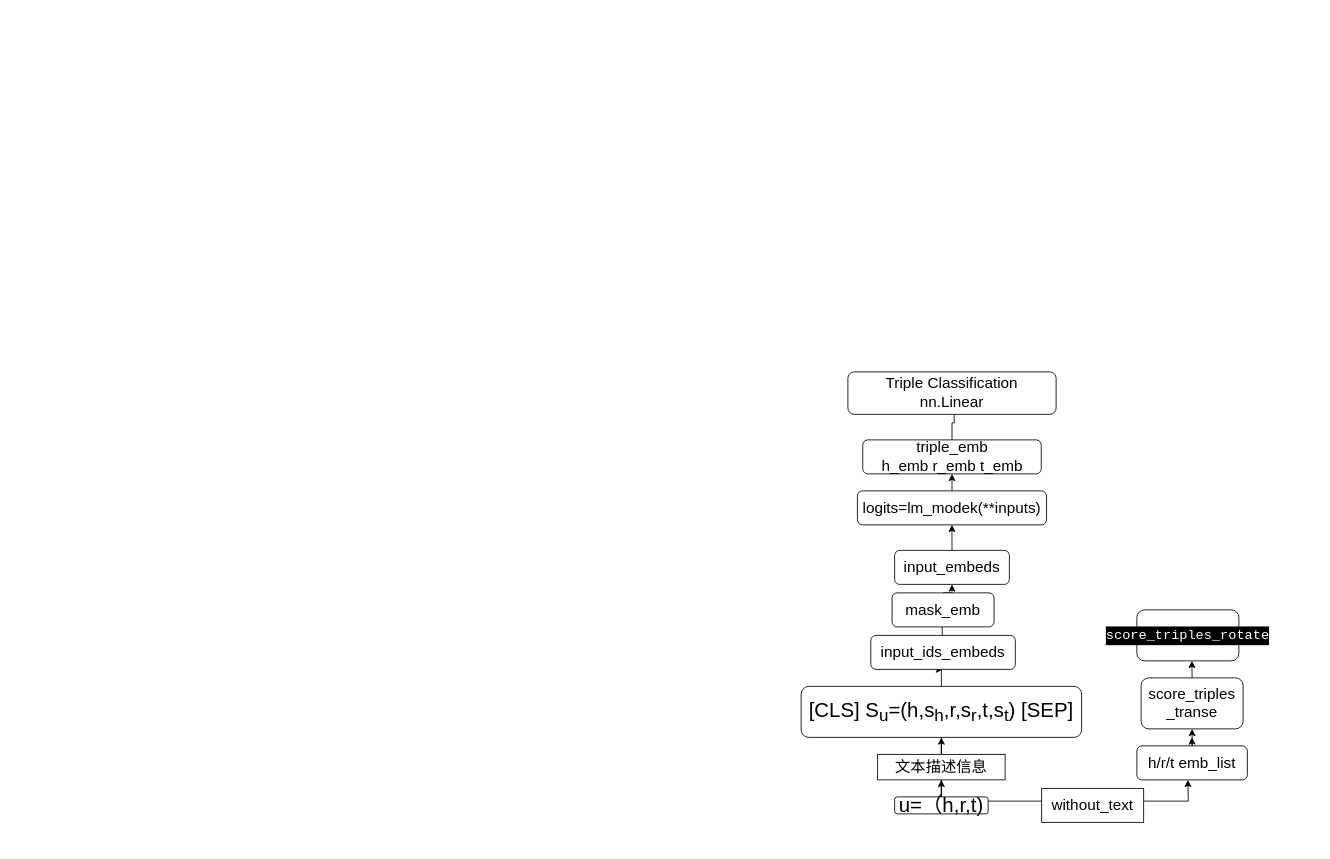
Above: LMKE.drawio in pyddyp/dealPicture (draw.io), before the change. Source tidied: cells renumbered, new cells numbered last; positions are measured from the earlier drawing's top-left corner, leaving out a move shared by most shapes. Both pictures are drawn from the tidied source at 85%, with x=0, y=0 at pixel (801, 371).
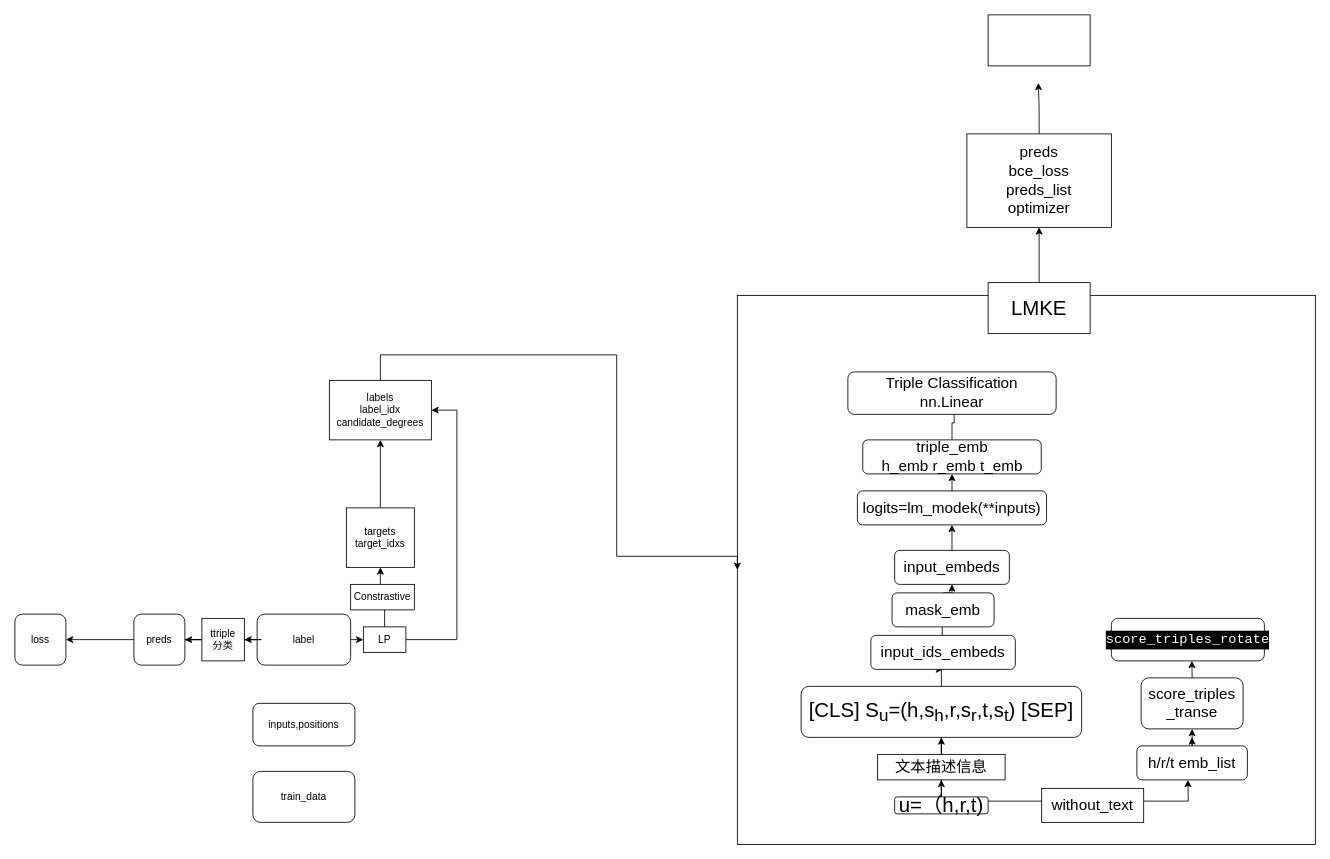
After the change.

Change to the diagram source:
```diff
@@
+    <mxCell id="27" style="rounded=0;whiteSpace=wrap;html=1;" parent="1" vertex="1">
+      <mxGeometry x="-75" y="-90" width="680" height="646" as="geometry" />
+    </mxCell>
@@
     <mxCell id="26" value="&lt;div style=&quot;color: rgb(255, 255, 255); background-color: rgb(0, 0, 0); font-family: Consolas, &amp;quot;Courier New&amp;quot;, monospace; font-size: 16px; line-height: 22px;&quot;&gt;score_triples_rotate&lt;/div&gt;" style="rounded=1;whiteSpace=wrap;html=1;" parent="1" vertex="1">
-      <mxGeometry x="395" y="280" width="120" height="60" as="geometry" />
+      <mxGeometry x="365" y="290" width="180" height="50" as="geometry" />
     </mxCell>
+    <mxCell id="28" value="train_data" style="rounded=1;whiteSpace=wrap;html=1;" parent="1" vertex="1">
+      <mxGeometry x="-645" y="470" width="120" height="60" as="geometry" />
+    </mxCell>
+    <mxCell id="29" value="inputs,positions" style="rounded=1;whiteSpace=wrap;html=1;" parent="1" vertex="1">
+      <mxGeometry x="-645" y="390" width="120" height="50" as="geometry" />
+    </mxCell>
+    <mxCell id="30" style="edgeStyle=orthogonalEdgeStyle;rounded=0;jettySize=auto;html=1;" parent="1" edge="1" source="36" target="34">
+      <mxGeometry relative="1" as="geometry" />
+    </mxCell>
+    <mxCell id="31" style="edgeStyle=orthogonalEdgeStyle;rounded=0;jettySize=auto;html=1;exitX=1;exitY=0.5;exitDx=0;exitDy=0;entryX=0;entryY=0.5;entryDx=0;entryDy=0;" parent="1" edge="1" source="32" target="38">
+      <mxGeometry relative="1" as="geometry" />
+    </mxCell>
+    <mxCell id="32" value="label" style="rounded=1;whiteSpace=wrap;html=1;" parent="1" vertex="1">
+      <mxGeometry x="-640" y="285" width="110" height="60" as="geometry" />
+    </mxCell>
+    <mxCell id="33" style="edgeStyle=orthogonalEdgeStyle;rounded=0;jettySize=auto;html=1;" parent="1" edge="1" source="34" target="39">
+      <mxGeometry relative="1" as="geometry" />
+    </mxCell>
+    <mxCell id="34" value="preds" style="rounded=1;whiteSpace=wrap;html=1;" parent="1" vertex="1">
+      <mxGeometry x="-785" y="285" width="60" height="60" as="geometry" />
+    </mxCell>
+    <mxCell id="35" style="edgeStyle=orthogonalEdgeStyle;rounded=0;jettySize=auto;html=1;" parent="1" edge="1" source="32" target="36">
+      <mxGeometry relative="1" as="geometry" />
+    </mxCell>
+    <mxCell id="36" value="ttriple &lt;br&gt;分类" style="rounded=0;whiteSpace=wrap;html=1;" parent="1" vertex="1">
+      <mxGeometry x="-705" y="290" width="50" height="50" as="geometry" />
+    </mxCell>
+    <mxCell id="37" style="edgeStyle=orthogonalEdgeStyle;rounded=0;jettySize=auto;html=1;exitX=1;exitY=0.5;exitDx=0;exitDy=0;entryX=1;entryY=0.5;entryDx=0;entryDy=0;" parent="1" edge="1" source="38" target="44">
+      <mxGeometry relative="1" as="geometry">
+        <Array as="points">
+          <mxPoint x="-405" y="315" />
+          <mxPoint x="-405" y="45" />
+        </Array>
+      </mxGeometry>
+    </mxCell>
+    <mxCell id="38" value="LP" style="rounded=0;whiteSpace=wrap;html=1;" parent="1" vertex="1">
+      <mxGeometry x="-515" y="300" width="50" height="30" as="geometry" />
+    </mxCell>
+    <mxCell id="39" value="loss" style="rounded=1;whiteSpace=wrap;html=1;" parent="1" vertex="1">
+      <mxGeometry x="-925" y="285" width="60" height="60" as="geometry" />
+    </mxCell>
+    <mxCell id="40" style="edgeStyle=orthogonalEdgeStyle;rounded=0;jettySize=auto;html=1;exitX=0.5;exitY=0;exitDx=0;exitDy=0;" parent="1" edge="1" source="38" target="42">
+      <mxGeometry relative="1" as="geometry" />
+    </mxCell>
+    <mxCell id="41" style="edgeStyle=orthogonalEdgeStyle;rounded=0;jettySize=auto;html=1;" parent="1" edge="1" source="42" target="44">
+      <mxGeometry relative="1" as="geometry" />
+    </mxCell>
+    <mxCell id="42" value="targets&lt;br&gt;target_idxs" style="whiteSpace=wrap;html=1;rounded=0;" parent="1" vertex="1">
+      <mxGeometry x="-535" y="160" width="80" height="70" as="geometry" />
+    </mxCell>
+    <mxCell id="43" style="edgeStyle=orthogonalEdgeStyle;rounded=0;jettySize=auto;html=1;entryX=0;entryY=0.5;entryDx=0;entryDy=0;" parent="1" edge="1" source="44" target="27">
+      <mxGeometry relative="1" as="geometry">
+        <Array as="points">
+          <mxPoint x="-495" y="-20" />
+          <mxPoint x="-217" y="-20" />
+          <mxPoint x="-217" y="217" />
+        </Array>
+      </mxGeometry>
+    </mxCell>
+    <mxCell id="44" value="labels&lt;br&gt;label_idx&lt;br&gt;candidate_degrees" style="whiteSpace=wrap;html=1;rounded=0;" parent="1" vertex="1">
+      <mxGeometry x="-555" y="10" width="120" height="70" as="geometry" />
+    </mxCell>
+    <mxCell id="45" value="Constrastive" style="rounded=0;whiteSpace=wrap;html=1;" parent="1" vertex="1">
+      <mxGeometry x="-530" y="250" width="75" height="30" as="geometry" />
+    </mxCell>
+    <mxCell id="46" style="edgeStyle=orthogonalEdgeStyle;rounded=0;jettySize=auto;html=1;exitX=0.5;exitY=0;exitDx=0;exitDy=0;entryX=0.5;entryY=1;entryDx=0;entryDy=0;" parent="1" edge="1" source="47" target="49">
+      <mxGeometry relative="1" as="geometry" />
+    </mxCell>
+    <mxCell id="47" value="&lt;font style=&quot;font-size: 24px;&quot;&gt;LMKE&lt;/font&gt;" style="rounded=0;whiteSpace=wrap;html=1;" parent="1" vertex="1">
+      <mxGeometry x="220" y="-105" width="120" height="60" as="geometry" />
+    </mxCell>
+    <mxCell id="48" style="edgeStyle=orthogonalEdgeStyle;rounded=0;jettySize=auto;html=1;exitX=0.5;exitY=0;exitDx=0;exitDy=0;" parent="1" edge="1" source="49">
+      <mxGeometry relative="1" as="geometry">
+        <mxPoint x="279.1" y="-340" as="targetPoint" />
+      </mxGeometry>
+    </mxCell>
+    <mxCell id="49" value="&lt;font style=&quot;font-size: 18px;&quot;&gt;preds&lt;br&gt;bce_loss&lt;br&gt;preds_list&lt;br&gt;optimizer&lt;br&gt;&lt;/font&gt;" style="rounded=0;whiteSpace=wrap;html=1;" parent="1" vertex="1">
+      <mxGeometry x="195" y="-280" width="170" height="110" as="geometry" />
+    </mxCell>
+    <mxCell id="50" style="rounded=0;whiteSpace=wrap;html=1;" parent="1" vertex="1">
+      <mxGeometry x="220" y="-420" width="120" height="60" as="geometry" />
+    </mxCell>
```
